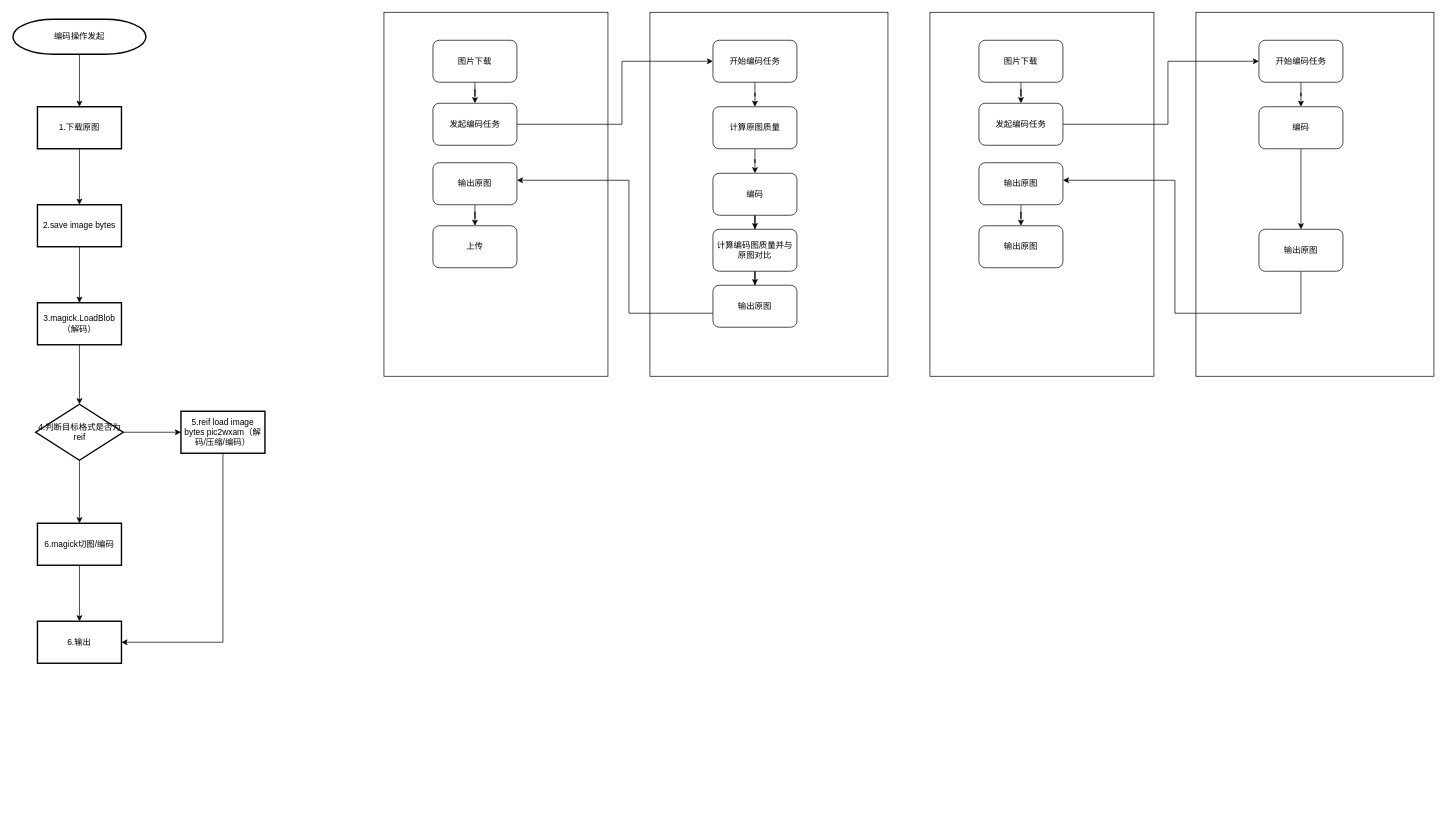
The draw.io diagram desgin/未命名绘图.drawio in yueyangtian/draw, before the edit. Source tidied: cells renumbered, new cells numbered last; positions are measured from the earlier drawing's top-left corner, leaving out a move shared by most shapes. Both pictures are drawn from the tidied source at 70%, with x=0, y=0 at pixel (13, 12).
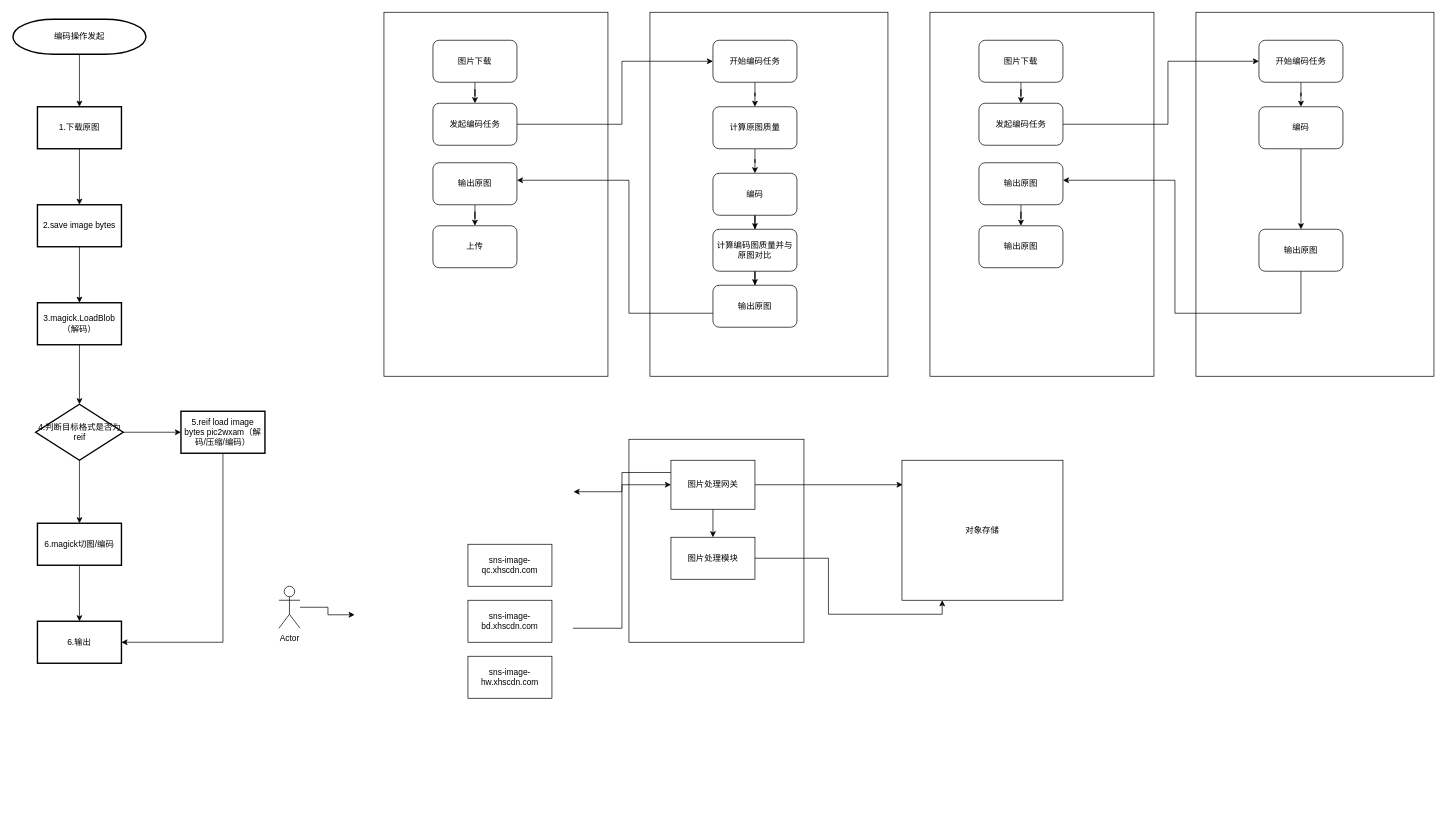
Above is the later version.

Commit message:
更新未命名绘图.drawio

The edit, as a diff of the source:
```diff
@@
+    <mxCell id="52" value="sns-image-qc.xhscdn.com" style="rounded=0;whiteSpace=wrap;html=1;" parent="1" vertex="1">
+      <mxGeometry x="650" y="760" width="120" height="60" as="geometry" />
+    </mxCell>
+    <mxCell id="53" value="sns-image-bd.xhscdn.com" style="rounded=0;whiteSpace=wrap;html=1;" parent="1" vertex="1">
+      <mxGeometry x="650" y="840" width="120" height="60" as="geometry" />
+    </mxCell>
+    <mxCell id="54" value="sns-image-hw.xhscdn.com" style="rounded=0;whiteSpace=wrap;html=1;" parent="1" vertex="1">
+      <mxGeometry x="650" y="920" width="120" height="60" as="geometry" />
+    </mxCell>
+    <mxCell id="55" style="rounded=0;whiteSpace=wrap;html=1;" parent="1" vertex="1">
+      <mxGeometry x="880" y="610" width="250" height="290" as="geometry" />
+    </mxCell>
+    <mxCell id="56" value="对象存储" style="rounded=0;whiteSpace=wrap;html=1;" parent="1" vertex="1">
+      <mxGeometry x="1270" y="640" width="230" height="200" as="geometry" />
+    </mxCell>
+    <mxCell id="57" style="edgeStyle=orthogonalEdgeStyle;rounded=0;jettySize=auto;html=1;entryX=-0.006;entryY=0.463;entryDx=0;entryDy=0;entryPerimeter=0;" parent="1" edge="1" source="58" target="60">
+      <mxGeometry relative="1" as="geometry" />
+    </mxCell>
+    <mxCell id="58" value="Actor" style="shape=umlActor;verticalLabelPosition=bottom;verticalAlign=top;html=1;outlineConnect=0;" parent="1" vertex="1">
+      <mxGeometry x="380" y="820" width="30" height="60" as="geometry" />
+    </mxCell>
+    <mxCell id="59" style="edgeStyle=orthogonalEdgeStyle;rounded=0;jettySize=auto;html=1;" parent="1" edge="1" source="60" target="64">
+      <mxGeometry relative="1" as="geometry" />
+    </mxCell>
+    <mxCell id="60" style="rounded=0;whiteSpace=wrap;html=1;opacity=0;dashed=1;" parent="1" vertex="1">
+      <mxGeometry x="490" y="620" width="310" height="520" as="geometry" />
+    </mxCell>
+    <mxCell id="61" style="edgeStyle=orthogonalEdgeStyle;rounded=0;jettySize=auto;html=1;entryX=0.004;entryY=0.175;entryDx=0;entryDy=0;entryPerimeter=0;" parent="1" edge="1" source="64" target="56">
+      <mxGeometry relative="1" as="geometry" />
+    </mxCell>
+    <mxCell id="62" style="edgeStyle=orthogonalEdgeStyle;rounded=0;jettySize=auto;html=1;" parent="1" edge="1" source="64" target="66">
+      <mxGeometry relative="1" as="geometry" />
+    </mxCell>
+    <mxCell id="63" style="edgeStyle=orthogonalEdgeStyle;rounded=0;jettySize=auto;html=1;exitX=0;exitY=0.25;exitDx=0;exitDy=0;entryX=1.003;entryY=0.125;entryDx=0;entryDy=0;entryPerimeter=0;" parent="1" edge="1" source="64" target="60">
+      <mxGeometry relative="1" as="geometry" />
+    </mxCell>
+    <mxCell id="64" value="图片处理网关" style="rounded=0;whiteSpace=wrap;html=1;" parent="1" vertex="1">
+      <mxGeometry x="940" y="640" width="120" height="70" as="geometry" />
+    </mxCell>
+    <mxCell id="65" style="edgeStyle=orthogonalEdgeStyle;rounded=0;jettySize=auto;html=1;entryX=0.25;entryY=1;entryDx=0;entryDy=0;" parent="1" edge="1" source="66" target="56">
+      <mxGeometry relative="1" as="geometry" />
+    </mxCell>
+    <mxCell id="66" value="图片处理模块" style="rounded=0;whiteSpace=wrap;html=1;" parent="1" vertex="1">
+      <mxGeometry x="940" y="750" width="120" height="60" as="geometry" />
+    </mxCell>
```
